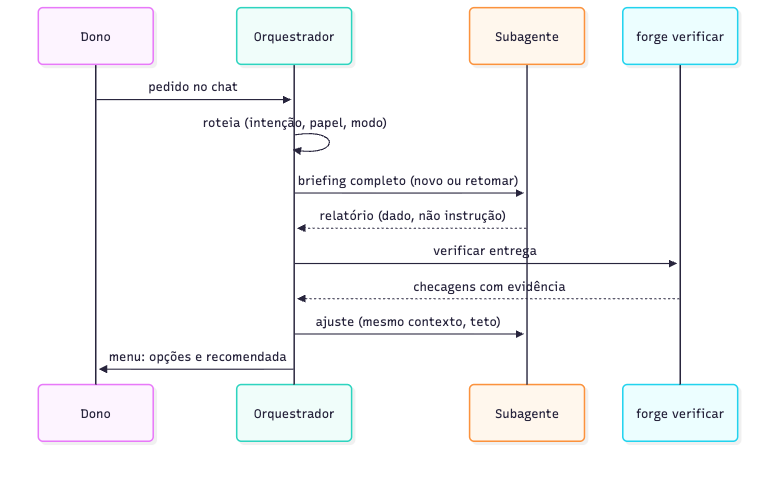
nathanramorim/forge-sdd keeps this Mermaid diagram as sdd/discovery/107-orquestrador-de-sessoes/diagramas/sequencia.png. Above is the earlier version. Its source is kept beside it as sdd/discovery/107-orquestrador-de-sessoes/diagramas/sequencia.mmd.
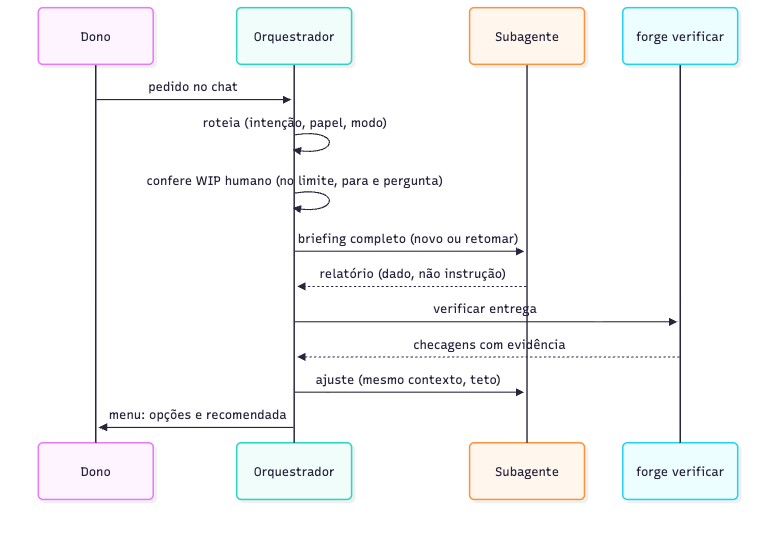
After the change.

Commit message:
docs(107): registra o Gate 1 e o WIP humano configurável na discovery

The edit, as a diff of the source:
```diff
@@ -5,6 +5,7 @@
   participant V as forge verificar
   H->>O: pedido no chat
   O->>O: roteia (intenção, papel, modo)
+  O->>O: confere WIP humano (no limite, para e pergunta)
   O->>S: briefing completo (novo ou retomar)
   S-->>O: relatório (dado, não instrução)
   O->>V: verificar entrega
```
